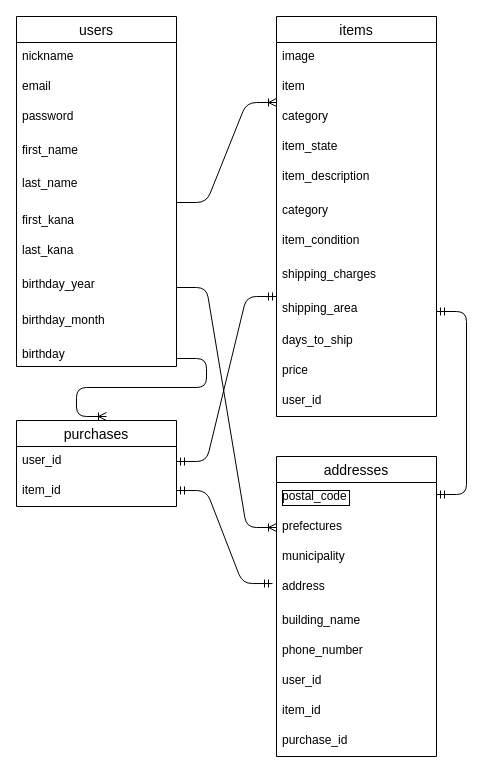
The draw.io diagram er_furima.dio in Masaki-Ohtaka/furima-34335, before the edit. Source tidied: cells renumbered, new cells numbered last; positions are measured from the earlier drawing's top-left corner, leaving out a move shared by most shapes. Both pictures are drawn from the tidied source at 100%, with x=0, y=0 at pixel (16, 16).
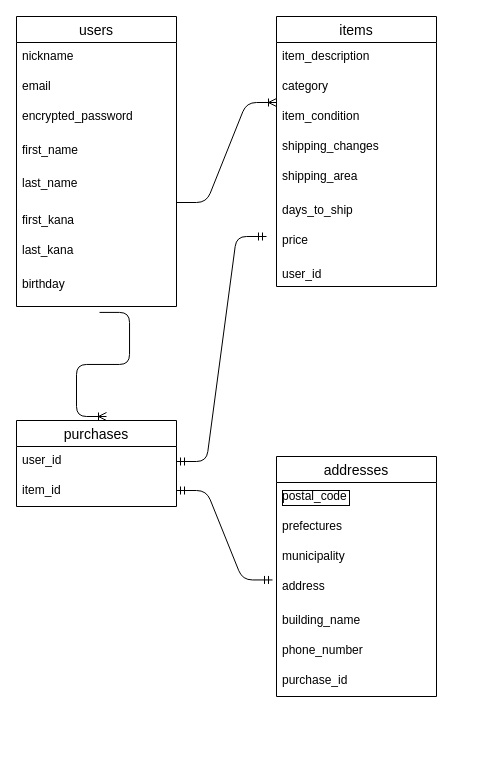
Above is the later version.

Commit message (it also covers changes not shown here):
READMEとER図修正しました。

Unchanged cells that the change refers to:
```xml
<mxCell id="23" value="prefectures" style="text;strokeColor=none;fillColor=none;spacingLeft=4;spacingRight=4;overflow=hidden;points=[[0,0.5],[1,0.5]];portConstraint=eastwest;fontSize=12;" parent="21" vertex="1">
  <mxGeometry y="56" width="160" height="30" as="geometry" />
</mxCell>
<mxCell id="29" value="user_id" style="text;strokeColor=none;fillColor=none;spacingLeft=4;spacingRight=4;overflow=hidden;points=[[0,0.5],[1,0.5]];portConstraint=eastwest;fontSize=12;" parent="28" vertex="1">
  <mxGeometry y="26" width="160" height="30" as="geometry" />
</mxCell>
```

Diff of the diagram source:
```diff
@@
     <mxCell id="2" value="users" style="swimlane;fontStyle=0;horizontal=1;startSize=26;align=center;fontSize=14;" parent="1" vertex="1">
-      <mxGeometry width="160" height="350" as="geometry" />
+      <mxGeometry width="160" height="290" as="geometry" />
     </mxCell>
@@
-    <mxCell id="5" value="password" style="text;strokeColor=none;fillColor=none;spacingLeft=4;spacingRight=4;overflow=hidden;points=[[0,0.5],[1,0.5]];portConstraint=eastwest;fontSize=12;" parent="2" vertex="1">
-      <mxGeometry y="86" width="160" height="264" as="geometry" />
+    <mxCell id="5" value="encrypted_password" style="text;strokeColor=none;fillColor=none;spacingLeft=4;spacingRight=4;overflow=hidden;points=[[0,0.5],[1,0.5]];portConstraint=eastwest;fontSize=12;" parent="2" vertex="1">
+      <mxGeometry y="86" width="160" height="204" as="geometry" />
     </mxCell>
@@
-    <mxCell id="10" value="birthday_year" style="text;strokeColor=none;fillColor=none;spacingLeft=4;spacingRight=4;overflow=hidden;points=[[0,0.5],[1,0.5]];portConstraint=eastwest;fontSize=12;" parent="1" vertex="1">
+    <mxCell id="10" value="birthday" style="text;strokeColor=none;fillColor=none;spacingLeft=4;spacingRight=4;overflow=hidden;points=[[0,0.5],[1,0.5]];portConstraint=eastwest;fontSize=12;" parent="1" vertex="1">
       <mxGeometry y="254" width="160" height="34" as="geometry" />
     </mxCell>
-    <mxCell id="11" value="birthday_month" style="text;strokeColor=none;fillColor=none;spacingLeft=4;spacingRight=4;overflow=hidden;fontSize=12;" parent="1" vertex="1">
-      <mxGeometry y="290" width="160" height="34" as="geometry" />
-    </mxCell>
-    <mxCell id="12" value="birthday" style="text;strokeColor=none;fillColor=none;spacingLeft=4;spacingRight=4;overflow=hidden;points=[[0,0.5],[1,0.5]];portConstraint=eastwest;fontSize=12;" parent="1" vertex="1">
-      <mxGeometry y="324" width="160" height="36" as="geometry" />
-    </mxCell>
     <mxCell id="13" value="items" style="swimlane;fontStyle=0;horizontal=1;startSize=26;align=center;fontSize=14;" parent="1" vertex="1">
-      <mxGeometry x="260" width="160" height="400" as="geometry" />
+      <mxGeometry x="260" width="160" height="270" as="geometry" />
     </mxCell>
-    <mxCell id="14" value="image" style="text;strokeColor=none;fillColor=none;spacingLeft=4;spacingRight=4;overflow=hidden;fontSize=12;" parent="13" vertex="1">
+    <mxCell id="14" value="item_description" style="text;strokeColor=none;fillColor=none;spacingLeft=4;spacingRight=4;overflow=hidden;fontSize=12;" parent="13" vertex="1">
       <mxGeometry y="26" width="160" height="30" as="geometry" />
     </mxCell>
-    <mxCell id="15" value="item" style="text;strokeColor=none;fillColor=none;spacingLeft=4;spacingRight=4;overflow=hidden;fontSize=12;" parent="13" vertex="1">
+    <mxCell id="15" value="category" style="text;strokeColor=none;fillColor=none;spacingLeft=4;spacingRight=4;overflow=hidden;fontSize=12;" parent="13" vertex="1">
       <mxGeometry y="56" width="160" height="30" as="geometry" />
     </mxCell>
-    <mxCell id="16" value="category" style="text;strokeColor=none;fillColor=none;spacingLeft=4;spacingRight=4;overflow=hidden;fontSize=12;" parent="13" vertex="1">
+    <mxCell id="16" value="item_condition" style="text;strokeColor=none;fillColor=none;spacingLeft=4;spacingRight=4;overflow=hidden;fontSize=12;" parent="13" vertex="1">
       <mxGeometry y="86" width="160" height="30" as="geometry" />
     </mxCell>
-    <mxCell id="17" value="item_state" style="text;strokeColor=none;fillColor=none;spacingLeft=4;spacingRight=4;overflow=hidden;fontSize=12;" parent="13" vertex="1">
+    <mxCell id="17" value="shipping_changes" style="text;strokeColor=none;fillColor=none;spacingLeft=4;spacingRight=4;overflow=hidden;fontSize=12;" parent="13" vertex="1">
       <mxGeometry y="116" width="160" height="30" as="geometry" />
     </mxCell>
-    <mxCell id="18" value="item_description" style="text;strokeColor=none;fillColor=none;spacingLeft=4;spacingRight=4;overflow=hidden;fontSize=12;" parent="13" vertex="1">
-      <mxGeometry y="146" width="160" height="194" as="geometry" />
+    <mxCell id="18" value="shipping_area" style="text;strokeColor=none;fillColor=none;spacingLeft=4;spacingRight=4;overflow=hidden;fontSize=12;" parent="13" vertex="1">
+      <mxGeometry y="146" width="160" height="124" as="geometry" />
     </mxCell>
-    <mxCell id="19" value="price" style="text;strokeColor=none;fillColor=none;spacingLeft=4;spacingRight=4;overflow=hidden;fontSize=12;" parent="13" vertex="1">
-      <mxGeometry y="340" width="160" height="60" as="geometry" />
-    </mxCell>
@@
     <mxCell id="21" value="addresses" style="swimlane;fontStyle=0;horizontal=1;startSize=26;align=center;fontSize=14;" parent="1" vertex="1">
-      <mxGeometry x="260" y="440" width="160" height="300" as="geometry" />
+      <mxGeometry x="260" y="440" width="160" height="240" as="geometry" />
     </mxCell>
@@
     <mxCell id="25" value="address" style="text;strokeColor=none;fillColor=none;spacingLeft=4;spacingRight=4;overflow=hidden;points=[[0,0.5],[1,0.5]];portConstraint=eastwest;fontSize=12;" parent="21" vertex="1">
-      <mxGeometry y="116" width="160" height="184" as="geometry" />
+      <mxGeometry y="116" width="160" height="124" as="geometry" />
     </mxCell>
@@
-    <mxCell id="31" value="category" style="text;strokeColor=none;fillColor=none;spacingLeft=4;spacingRight=4;overflow=hidden;fontSize=12;" parent="1" vertex="1">
+    <mxCell id="31" value="days_to_ship" style="text;strokeColor=none;fillColor=none;spacingLeft=4;spacingRight=4;overflow=hidden;fontSize=12;" parent="1" vertex="1">
       <mxGeometry x="260" y="180" width="160" height="34" as="geometry" />
     </mxCell>
-    <mxCell id="32" value="item_condition" style="text;strokeColor=none;fillColor=none;spacingLeft=4;spacingRight=4;overflow=hidden;fontSize=12;" parent="1" vertex="1">
+    <mxCell id="32" value="price" style="text;strokeColor=none;fillColor=none;spacingLeft=4;spacingRight=4;overflow=hidden;fontSize=12;" parent="1" vertex="1">
       <mxGeometry x="260" y="210" width="160" height="34" as="geometry" />
     </mxCell>
-    <mxCell id="33" value="shipping_charges" style="text;strokeColor=none;fillColor=none;spacingLeft=4;spacingRight=4;overflow=hidden;fontSize=12;" parent="1" vertex="1">
+    <mxCell id="33" value="user_id" style="text;strokeColor=none;fillColor=none;spacingLeft=4;spacingRight=4;overflow=hidden;fontSize=12;" parent="1" vertex="1">
       <mxGeometry x="260" y="244" width="160" height="34" as="geometry" />
     </mxCell>
-    <mxCell id="34" value="shipping_area" style="text;strokeColor=none;fillColor=none;spacingLeft=4;spacingRight=4;overflow=hidden;points=[[0,0.5],[1,0.5]];portConstraint=eastwest;fontSize=12;" parent="1" vertex="1">
-      <mxGeometry x="260" y="278" width="160" height="34" as="geometry" />
-    </mxCell>
-    <mxCell id="35" value="days_to_ship" style="text;strokeColor=none;fillColor=none;spacingLeft=4;spacingRight=4;overflow=hidden;fontSize=12;" parent="1" vertex="1">
-      <mxGeometry x="260" y="310" width="160" height="34" as="geometry" />
-    </mxCell>
-    <mxCell id="36" style="edgeStyle=entityRelationEdgeStyle;fontSize=12;html=1;endArrow=ERmandOne;startArrow=ERmandOne;entryX=1;entryY=0.5;entryDx=0;entryDy=0;" parent="1" edge="1" target="34">
-      <mxGeometry relative="1" as="geometry">
-        <mxPoint x="420" y="478" as="sourcePoint" />
-      </mxGeometry>
-    </mxCell>
-    <mxCell id="37" value="user_id" style="text;strokeColor=none;fillColor=none;spacingLeft=4;spacingRight=4;overflow=hidden;fontSize=12;" parent="1" vertex="1">
+    <mxCell id="37" value="purchase_id" style="text;strokeColor=none;fillColor=none;spacingLeft=4;spacingRight=4;overflow=hidden;fontSize=12;" parent="1" vertex="1">
       <mxGeometry x="260" y="650" width="160" height="30" as="geometry" />
     </mxCell>
-    <mxCell id="38" value="item_id" style="text;strokeColor=none;fillColor=none;spacingLeft=4;spacingRight=4;overflow=hidden;fontSize=12;" parent="1" vertex="1">
-      <mxGeometry x="260" y="680" width="160" height="30" as="geometry" />
-    </mxCell>
-    <mxCell id="39" value="purchase_id" style="text;strokeColor=none;fillColor=none;spacingLeft=4;spacingRight=4;overflow=hidden;fontSize=12;" parent="1" vertex="1">
-      <mxGeometry x="260" y="710" width="160" height="30" as="geometry" />
-    </mxCell>
@@
     <mxCell id="41" style="edgeStyle=entityRelationEdgeStyle;fontSize=12;html=1;endArrow=ERmandOne;startArrow=ERmandOne;exitX=1;exitY=0.5;exitDx=0;exitDy=0;" parent="1" edge="1" source="29">
       <mxGeometry relative="1" as="geometry">
-        <mxPoint x="260" y="280" as="targetPoint" />
+        <mxPoint x="250" y="220" as="targetPoint" />
       </mxGeometry>
     </mxCell>
-    <mxCell id="42" value="user_id" style="text;strokeColor=none;fillColor=none;spacingLeft=4;spacingRight=4;overflow=hidden;fontSize=12;" parent="1" vertex="1">
-      <mxGeometry x="260" y="370" width="160" height="34" as="geometry" />
-    </mxCell>
-    <mxCell id="43" style="edgeStyle=entityRelationEdgeStyle;fontSize=12;html=1;endArrow=ERoneToMany;" parent="1" edge="1" source="12">
+    <mxCell id="43" style="edgeStyle=entityRelationEdgeStyle;fontSize=12;html=1;endArrow=ERoneToMany;exitX=0.519;exitY=1.029;exitDx=0;exitDy=0;exitPerimeter=0;" parent="1" edge="1" source="5">
       <mxGeometry relative="1" as="geometry">
         <mxPoint x="90" y="400" as="targetPoint" />
       </mxGeometry>
     </mxCell>
-    <mxCell id="44" style="edgeStyle=entityRelationEdgeStyle;fontSize=12;html=1;endArrow=ERoneToMany;exitX=1;exitY=0.5;exitDx=0;exitDy=0;entryX=0;entryY=0.5;entryDx=0;entryDy=0;" parent="1" edge="1" source="10" target="23">
-      <mxGeometry relative="1" as="geometry" />
-    </mxCell>
```
